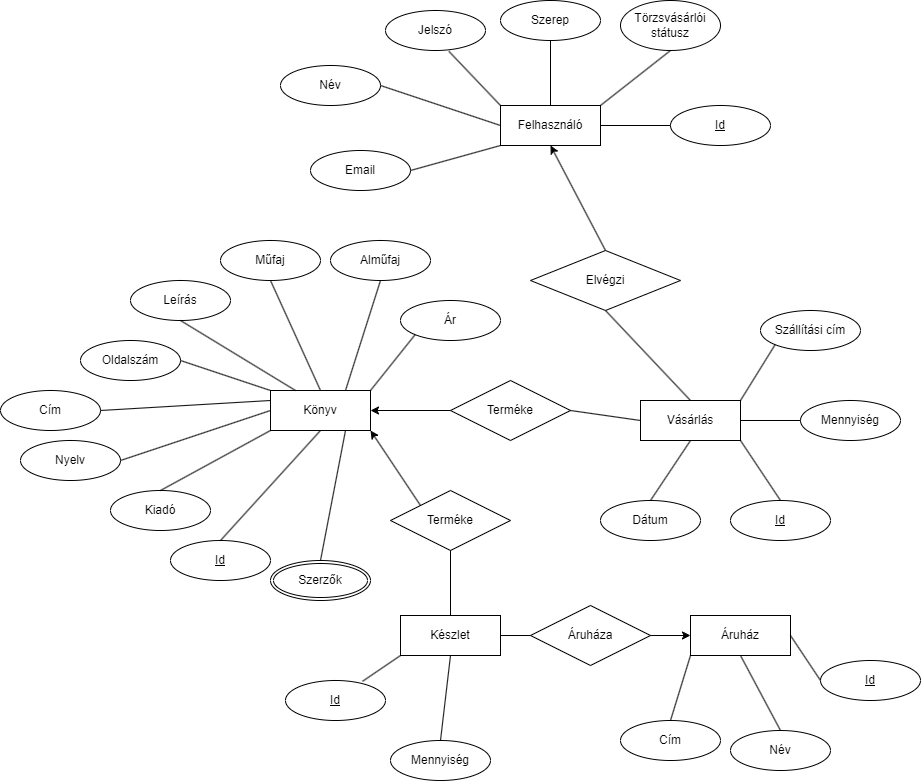
This is merfoldko01 doku/EK.png from ajudge00/Adatb-alapu-projekt, a draw.io export, as it was before one commit. Source tidied: cells renumbered, new cells last; positions are measured from the earlier drawing's top-left corner, leaving out a move shared by most shapes.
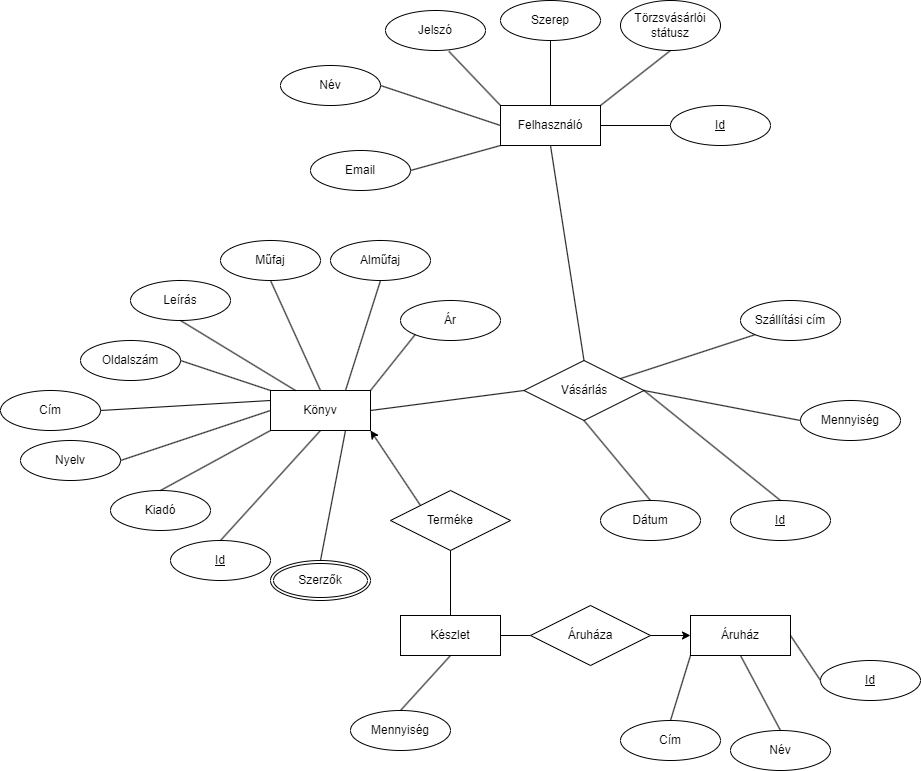
After the commit.

What changed in the source:
```diff
@@ -41,9 +41,6 @@
     <mxCell id="14" value="Ár" style="ellipse;whiteSpace=wrap;html=1;align=center;" parent="1" vertex="1">
       <mxGeometry x="400" y="300" width="100" height="40" as="geometry" />
     </mxCell>
-    <mxCell id="15" value="Vásárlás" style="whiteSpace=wrap;html=1;align=center;" parent="1" vertex="1">
-      <mxGeometry x="640" y="400" width="100" height="40" as="geometry" />
-    </mxCell>
     <mxCell id="16" value="Id" style="ellipse;whiteSpace=wrap;html=1;align=center;fontStyle=4;" parent="1" vertex="1">
       <mxGeometry x="170" y="540" width="100" height="40" as="geometry" />
     </mxCell>
@@ -54,20 +51,14 @@
       <mxGeometry x="600" y="500" width="100" height="40" as="geometry" />
     </mxCell>
     <mxCell id="19" value="Szállítási cím" style="ellipse;whiteSpace=wrap;html=1;align=center;" parent="1" vertex="1">
-      <mxGeometry x="760" y="310" width="100" height="40" as="geometry" />
+      <mxGeometry x="740" y="300" width="100" height="40" as="geometry" />
     </mxCell>
     <mxCell id="20" value="Mennyiség" style="ellipse;whiteSpace=wrap;html=1;align=center;" parent="1" vertex="1">
       <mxGeometry x="800" y="400" width="100" height="40" as="geometry" />
     </mxCell>
-    <mxCell id="21" value="Terméke" style="shape=rhombus;perimeter=rhombusPerimeter;whiteSpace=wrap;html=1;align=center;" parent="1" vertex="1">
-      <mxGeometry x="450" y="380" width="120" height="60" as="geometry" />
+    <mxCell id="21" value="Vásárlás" style="shape=rhombus;perimeter=rhombusPerimeter;whiteSpace=wrap;html=1;align=center;" parent="1" vertex="1">
+      <mxGeometry x="523.5" y="360" width="120" height="60" as="geometry" />
     </mxCell>
-    <mxCell id="22" style="endArrow=none;html=1;rounded=0;exitX=1;exitY=0.5;exitDx=0;exitDy=0;entryX=0;entryY=0.5;entryDx=0;entryDy=0;startArrow=classic;startFill=1;" parent="1" edge="1" source="2" target="21">
-      <mxGeometry relative="1" as="geometry" />
-    </mxCell>
-    <mxCell id="23" style="endArrow=none;html=1;rounded=0;entryX=0;entryY=0.5;entryDx=0;entryDy=0;exitX=1;exitY=0.5;exitDx=0;exitDy=0;" parent="1" edge="1" source="21" target="15">
-      <mxGeometry relative="1" as="geometry" />
-    </mxCell>
     <mxCell id="24" value="Áruház" style="whiteSpace=wrap;html=1;align=center;" parent="1" vertex="1">
       <mxGeometry x="690" y="615" width="100" height="40" as="geometry" />
     </mxCell>
@@ -125,9 +116,6 @@
     <mxCell id="42" style="endArrow=none;html=1;rounded=0;exitX=0.5;exitY=1;exitDx=0;exitDy=0;entryX=1;entryY=0;entryDx=0;entryDy=0;" parent="1" edge="1" source="41" target="32">
       <mxGeometry relative="1" as="geometry" />
     </mxCell>
-    <mxCell id="43" value="Elvégzi" style="shape=rhombus;perimeter=rhombusPerimeter;whiteSpace=wrap;html=1;align=center;" parent="1" vertex="1">
-      <mxGeometry x="530" y="250" width="150" height="60" as="geometry" />
-    </mxCell>
     <mxCell id="44" value="Készlet" style="whiteSpace=wrap;html=1;align=center;" parent="1" vertex="1">
       <mxGeometry x="400" y="615" width="100" height="40" as="geometry" />
     </mxCell>
@@ -143,25 +131,19 @@
     <mxCell id="48" style="endArrow=none;html=1;rounded=0;entryX=0;entryY=0.5;entryDx=0;entryDy=0;exitX=1;exitY=0.5;exitDx=0;exitDy=0;" parent="1" edge="1" source="44" target="31">
       <mxGeometry relative="1" as="geometry" />
     </mxCell>
-    <mxCell id="49" value="Id" style="ellipse;whiteSpace=wrap;html=1;align=center;fontStyle=4;" parent="1" vertex="1">
-      <mxGeometry x="285" y="680" width="100" height="40" as="geometry" />
-    </mxCell>
-    <mxCell id="50" style="endArrow=none;html=1;rounded=0;exitX=0.77;exitY=0.021;exitDx=0;exitDy=0;entryX=0;entryY=1;entryDx=0;entryDy=0;exitPerimeter=0;" parent="1" edge="1" source="49" target="44">
-      <mxGeometry relative="1" as="geometry" />
-    </mxCell>
-    <mxCell id="51" style="endArrow=none;html=1;rounded=0;entryX=1;entryY=0;entryDx=0;entryDy=0;exitX=0;exitY=1;exitDx=0;exitDy=0;" parent="1" edge="1" source="19" target="15">
+    <mxCell id="51" style="endArrow=none;html=1;rounded=0;exitX=0;exitY=1;exitDx=0;exitDy=0;" parent="1" edge="1" source="19" target="21">
       <mxGeometry relative="1" as="geometry" />
     </mxCell>
-    <mxCell id="52" style="endArrow=none;html=1;rounded=0;entryX=1;entryY=0.5;entryDx=0;entryDy=0;exitX=0;exitY=0.5;exitDx=0;exitDy=0;" parent="1" edge="1" source="20" target="15">
+    <mxCell id="52" style="endArrow=none;html=1;rounded=0;entryX=1;entryY=0.5;entryDx=0;entryDy=0;exitX=0;exitY=0.5;exitDx=0;exitDy=0;" parent="1" edge="1" source="20" target="21">
       <mxGeometry relative="1" as="geometry" />
     </mxCell>
     <mxCell id="53" style="endArrow=none;html=1;rounded=0;exitX=0;exitY=0.5;exitDx=0;exitDy=0;entryX=1;entryY=0.5;entryDx=0;entryDy=0;startArrow=classic;startFill=1;" parent="1" edge="1" source="24" target="31">
       <mxGeometry relative="1" as="geometry" />
     </mxCell>
-    <mxCell id="54" style="endArrow=none;html=1;rounded=0;entryX=1;entryY=1;entryDx=0;entryDy=0;exitX=0.5;exitY=0;exitDx=0;exitDy=0;" parent="1" edge="1" source="17" target="15">
+    <mxCell id="54" style="endArrow=none;html=1;rounded=0;entryX=1;entryY=0.5;entryDx=0;entryDy=0;exitX=0.5;exitY=0;exitDx=0;exitDy=0;" parent="1" edge="1" source="17" target="21">
       <mxGeometry relative="1" as="geometry" />
     </mxCell>
-    <mxCell id="55" style="endArrow=none;html=1;rounded=0;entryX=0.5;entryY=1;entryDx=0;entryDy=0;exitX=0.5;exitY=0;exitDx=0;exitDy=0;" parent="1" edge="1" source="18" target="15">
+    <mxCell id="55" style="endArrow=none;html=1;rounded=0;entryX=0.5;entryY=1;entryDx=0;entryDy=0;exitX=0.5;exitY=0;exitDx=0;exitDy=0;" parent="1" edge="1" source="18" target="21">
       <mxGeometry relative="1" as="geometry" />
     </mxCell>
     <mxCell id="56" style="endArrow=none;html=1;rounded=0;entryX=1;entryY=0.5;entryDx=0;entryDy=0;exitX=0;exitY=0.5;exitDx=0;exitDy=0;" parent="1" edge="1" source="34" target="32">
@@ -170,12 +152,6 @@
     <mxCell id="57" style="endArrow=none;html=1;rounded=0;entryX=1;entryY=0.5;entryDx=0;entryDy=0;exitX=0;exitY=1;exitDx=0;exitDy=0;" parent="1" edge="1" source="32" target="33">
       <mxGeometry relative="1" as="geometry" />
     </mxCell>
-    <mxCell id="58" style="endArrow=none;html=1;rounded=0;entryX=0.5;entryY=1;entryDx=0;entryDy=0;exitX=0.5;exitY=0;exitDx=0;exitDy=0;" parent="1" edge="1" source="15" target="43">
-      <mxGeometry relative="1" as="geometry" />
-    </mxCell>
-    <mxCell id="59" style="endArrow=none;html=1;rounded=0;exitX=0.5;exitY=1;exitDx=0;exitDy=0;entryX=0.5;entryY=0;entryDx=0;entryDy=0;startArrow=classic;startFill=1;" parent="1" edge="1" source="32" target="43">
-      <mxGeometry relative="1" as="geometry" />
-    </mxCell>
     <mxCell id="60" value="Műfaj" style="ellipse;whiteSpace=wrap;html=1;align=center;" parent="1" vertex="1">
       <mxGeometry x="220" y="240" width="100" height="40" as="geometry" />
     </mxCell>
@@ -198,10 +174,16 @@
       <mxGeometry relative="1" as="geometry" />
     </mxCell>
     <mxCell id="67" value="Mennyiség" style="ellipse;whiteSpace=wrap;html=1;align=center;" parent="1" vertex="1">
-      <mxGeometry x="390" y="740" width="100" height="40" as="geometry" />
+      <mxGeometry x="350" y="710" width="100" height="40" as="geometry" />
     </mxCell>
     <mxCell id="68" style="endArrow=none;html=1;rounded=0;exitX=0.5;exitY=0;exitDx=0;exitDy=0;entryX=0.5;entryY=1;entryDx=0;entryDy=0;" parent="1" edge="1" source="67" target="44">
       <mxGeometry relative="1" as="geometry" />
     </mxCell>
+    <mxCell id="22" style="endArrow=none;html=1;rounded=0;exitX=1;exitY=0.5;exitDx=0;exitDy=0;entryX=0;entryY=0.5;entryDx=0;entryDy=0;" parent="1" edge="1" source="2" target="21">
+      <mxGeometry relative="1" as="geometry" />
+    </mxCell>
+    <mxCell id="69" style="endArrow=none;html=1;rounded=0;exitX=0.5;exitY=1;exitDx=0;exitDy=0;entryX=0.5;entryY=0;entryDx=0;entryDy=0;" parent="1" edge="1" source="32" target="21">
+      <mxGeometry relative="1" as="geometry" />
+    </mxCell>
   </root>
 </mxGraphModel>
```
